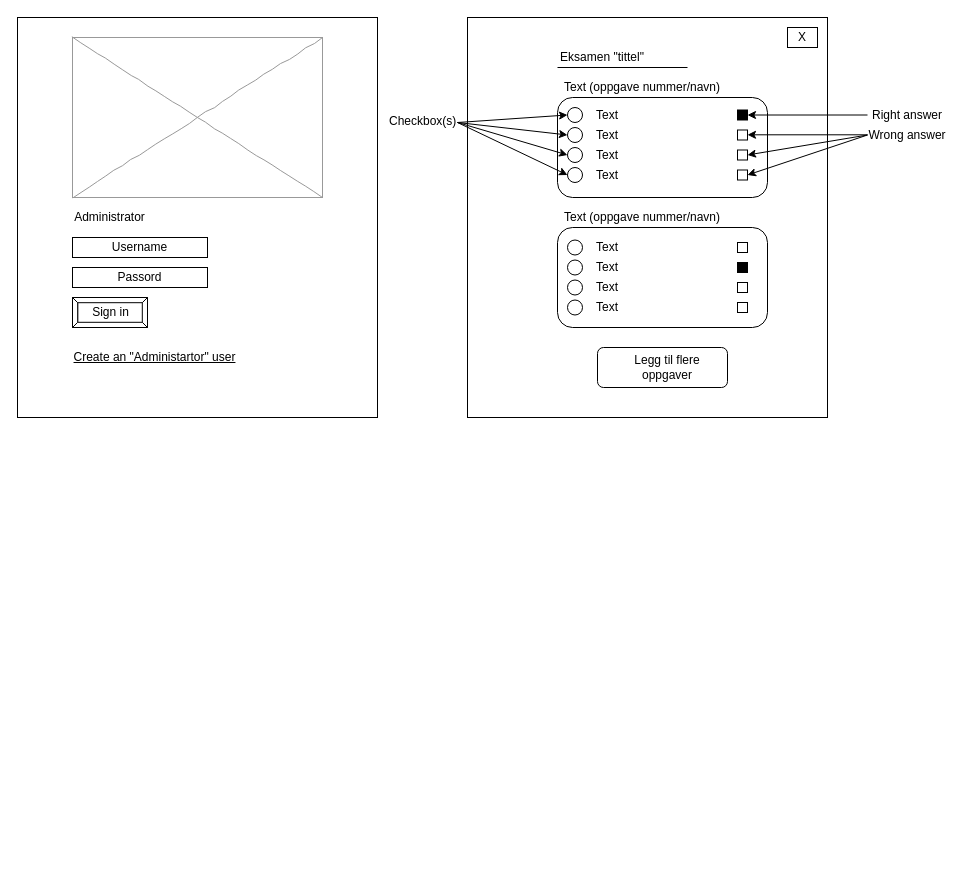
The draw.io diagram Oppgave_1/Oppgave_3.drawio in Hawski/Webapplikasjoner, before the edit. Source tidied: cells renumbered, new cells numbered last; positions are measured from the earlier drawing's top-left corner, leaving out a move shared by most shapes. Both pictures are drawn from the tidied source at 100%, with x=0, y=0 at pixel (17, 17).
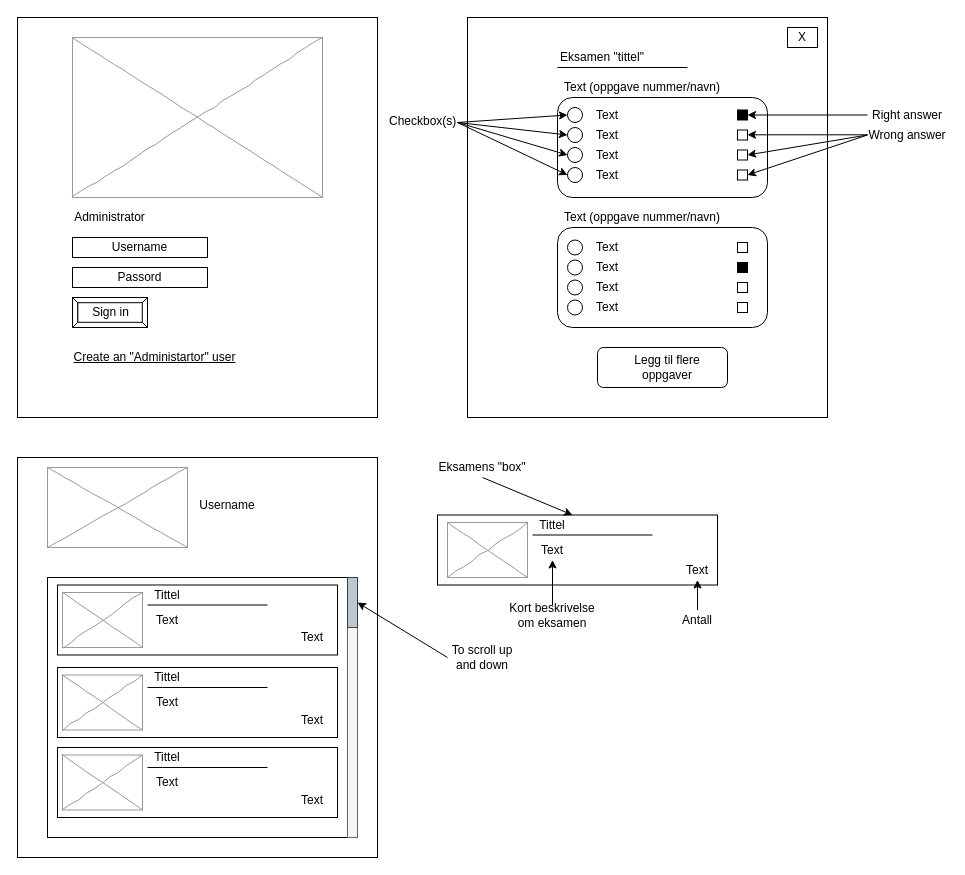
After the change.

Change to the diagram source:
```diff
@@
+    <mxCell id="54" style="rounded=0;whiteSpace=wrap;html=1;" parent="1" vertex="1">
+      <mxGeometry y="440" width="360" height="400" as="geometry" />
+    </mxCell>
+    <mxCell id="55" style="rounded=0;whiteSpace=wrap;html=1;fillColor=#FFFFFF;" parent="1" vertex="1">
+      <mxGeometry x="30" y="560" width="300" height="260" as="geometry" />
+    </mxCell>
+    <mxCell id="56" style="rounded=0;whiteSpace=wrap;html=1;fillColor=#FFFFFF;" parent="1" vertex="1">
+      <mxGeometry x="420" y="497.5" width="280" height="70" as="geometry" />
+    </mxCell>
+    <mxCell id="57" style="verticalLabelPosition=bottom;shadow=0;dashed=0;align=center;html=1;verticalAlign=top;strokeWidth=1;shape=mxgraph.mockup.graphics.simpleIcon;strokeColor=#999999;rounded=0;labelBackgroundColor=none;fontFamily=Verdana;fontSize=14;fontColor=#000000;comic=1;" parent="1" vertex="1">
+      <mxGeometry x="430" y="505" width="80" height="55" as="geometry" />
+    </mxCell>
+    <mxCell id="58" value="Tittel" style="text;html=1;strokeColor=none;fillColor=none;align=center;verticalAlign=middle;whiteSpace=wrap;rounded=0;" parent="1" vertex="1">
+      <mxGeometry x="515" y="497.5" width="40" height="20" as="geometry" />
+    </mxCell>
+    <mxCell id="59" style="endArrow=none;html=1;" parent="1" edge="1">
+      <mxGeometry relative="1" as="geometry">
+        <mxPoint x="515" y="517.5" as="sourcePoint" />
+        <mxPoint x="635" y="517.5" as="targetPoint" />
+      </mxGeometry>
+    </mxCell>
+    <mxCell id="60" value="Text" style="text;html=1;strokeColor=none;fillColor=none;align=center;verticalAlign=middle;whiteSpace=wrap;rounded=0;" parent="1" vertex="1">
+      <mxGeometry x="515" y="522.5" width="40" height="20" as="geometry" />
+    </mxCell>
+    <mxCell id="61" value="Text" style="text;html=1;strokeColor=none;fillColor=none;align=center;verticalAlign=middle;whiteSpace=wrap;rounded=0;" parent="1" vertex="1">
+      <mxGeometry x="660" y="542.5" width="40" height="20" as="geometry" />
+    </mxCell>
+    <mxCell id="62" style="rounded=0;whiteSpace=wrap;html=1;fillColor=#FFFFFF;" parent="1" vertex="1">
+      <mxGeometry x="40" y="567.5" width="280" height="70" as="geometry" />
+    </mxCell>
+    <mxCell id="63" style="verticalLabelPosition=bottom;shadow=0;dashed=0;align=center;html=1;verticalAlign=top;strokeWidth=1;shape=mxgraph.mockup.graphics.simpleIcon;strokeColor=#999999;rounded=0;labelBackgroundColor=none;fontFamily=Verdana;fontSize=14;fontColor=#000000;comic=1;" parent="1" vertex="1">
+      <mxGeometry x="45" y="575" width="80" height="55" as="geometry" />
+    </mxCell>
+    <mxCell id="64" value="Tittel" style="text;html=1;strokeColor=none;fillColor=none;align=center;verticalAlign=middle;whiteSpace=wrap;rounded=0;" parent="1" vertex="1">
+      <mxGeometry x="130" y="567.5" width="40" height="20" as="geometry" />
+    </mxCell>
+    <mxCell id="65" style="endArrow=none;html=1;" parent="1" edge="1">
+      <mxGeometry relative="1" as="geometry">
+        <mxPoint x="130" y="587.5" as="sourcePoint" />
+        <mxPoint x="250" y="587.5" as="targetPoint" />
+      </mxGeometry>
+    </mxCell>
+    <mxCell id="66" value="Text" style="text;html=1;strokeColor=none;fillColor=none;align=center;verticalAlign=middle;whiteSpace=wrap;rounded=0;" parent="1" vertex="1">
+      <mxGeometry x="130" y="592.5" width="40" height="20" as="geometry" />
+    </mxCell>
+    <mxCell id="67" value="Text" style="text;html=1;strokeColor=none;fillColor=none;align=center;verticalAlign=middle;whiteSpace=wrap;rounded=0;" parent="1" vertex="1">
+      <mxGeometry x="275" y="610" width="40" height="20" as="geometry" />
+    </mxCell>
+    <mxCell id="68" style="rounded=0;whiteSpace=wrap;html=1;fillColor=#FFFFFF;" parent="1" vertex="1">
+      <mxGeometry x="40" y="650" width="280" height="70" as="geometry" />
+    </mxCell>
+    <mxCell id="69" style="verticalLabelPosition=bottom;shadow=0;dashed=0;align=center;html=1;verticalAlign=top;strokeWidth=1;shape=mxgraph.mockup.graphics.simpleIcon;strokeColor=#999999;rounded=0;labelBackgroundColor=none;fontFamily=Verdana;fontSize=14;fontColor=#000000;comic=1;" parent="1" vertex="1">
+      <mxGeometry x="45" y="657.5" width="80" height="55" as="geometry" />
+    </mxCell>
+    <mxCell id="70" value="Tittel" style="text;html=1;strokeColor=none;fillColor=none;align=center;verticalAlign=middle;whiteSpace=wrap;rounded=0;" parent="1" vertex="1">
+      <mxGeometry x="130" y="650" width="40" height="20" as="geometry" />
+    </mxCell>
+    <mxCell id="71" style="endArrow=none;html=1;" parent="1" edge="1">
+      <mxGeometry relative="1" as="geometry">
+        <mxPoint x="130" y="670" as="sourcePoint" />
+        <mxPoint x="250" y="670" as="targetPoint" />
+      </mxGeometry>
+    </mxCell>
+    <mxCell id="72" value="Text" style="text;html=1;strokeColor=none;fillColor=none;align=center;verticalAlign=middle;whiteSpace=wrap;rounded=0;" parent="1" vertex="1">
+      <mxGeometry x="130" y="675" width="40" height="20" as="geometry" />
+    </mxCell>
+    <mxCell id="73" value="Text" style="text;html=1;strokeColor=none;fillColor=none;align=center;verticalAlign=middle;whiteSpace=wrap;rounded=0;" parent="1" vertex="1">
+      <mxGeometry x="275" y="692.5" width="40" height="20" as="geometry" />
+    </mxCell>
+    <mxCell id="74" style="rounded=0;whiteSpace=wrap;html=1;fillColor=#FFFFFF;" parent="1" vertex="1">
+      <mxGeometry x="40" y="730" width="280" height="70" as="geometry" />
+    </mxCell>
+    <mxCell id="75" style="verticalLabelPosition=bottom;shadow=0;dashed=0;align=center;html=1;verticalAlign=top;strokeWidth=1;shape=mxgraph.mockup.graphics.simpleIcon;strokeColor=#999999;rounded=0;labelBackgroundColor=none;fontFamily=Verdana;fontSize=14;fontColor=#000000;comic=1;" parent="1" vertex="1">
+      <mxGeometry x="45" y="737.5" width="80" height="55" as="geometry" />
+    </mxCell>
+    <mxCell id="76" value="Tittel" style="text;html=1;strokeColor=none;fillColor=none;align=center;verticalAlign=middle;whiteSpace=wrap;rounded=0;" parent="1" vertex="1">
+      <mxGeometry x="130" y="730" width="40" height="20" as="geometry" />
+    </mxCell>
+    <mxCell id="77" style="endArrow=none;html=1;" parent="1" edge="1">
+      <mxGeometry relative="1" as="geometry">
+        <mxPoint x="130" y="750" as="sourcePoint" />
+        <mxPoint x="250" y="750" as="targetPoint" />
+      </mxGeometry>
+    </mxCell>
+    <mxCell id="78" value="Text" style="text;html=1;strokeColor=none;fillColor=none;align=center;verticalAlign=middle;whiteSpace=wrap;rounded=0;" parent="1" vertex="1">
+      <mxGeometry x="130" y="755" width="40" height="20" as="geometry" />
+    </mxCell>
+    <mxCell id="79" value="Text" style="text;html=1;strokeColor=none;fillColor=none;align=center;verticalAlign=middle;whiteSpace=wrap;rounded=0;" parent="1" vertex="1">
+      <mxGeometry x="275" y="772.5" width="40" height="20" as="geometry" />
+    </mxCell>
+    <mxCell id="80" value="Eksamens &quot;box&quot;" style="text;html=1;strokeColor=none;fillColor=none;align=center;verticalAlign=middle;whiteSpace=wrap;rounded=0;" parent="1" vertex="1">
+      <mxGeometry x="420" y="440" width="90" height="20" as="geometry" />
+    </mxCell>
+    <mxCell id="81" style="rounded=0;whiteSpace=wrap;html=1;fillColor=#f5f5f5;strokeColor=#666666;fontColor=#333333;" parent="1" vertex="1">
+      <mxGeometry x="330" y="560" width="10" height="260" as="geometry" />
+    </mxCell>
+    <mxCell id="82" style="rounded=0;whiteSpace=wrap;html=1;fillColor=#bac8d3;strokeColor=#23445d;" parent="1" vertex="1">
+      <mxGeometry x="330" y="560" width="10" height="50" as="geometry" />
+    </mxCell>
+    <mxCell id="83" style="endArrow=classic;html=1;entryX=1;entryY=0.5;entryDx=0;entryDy=0;exitX=0;exitY=0.5;exitDx=0;exitDy=0;" parent="1" edge="1" source="84" target="82">
+      <mxGeometry relative="1" as="geometry" />
+    </mxCell>
+    <mxCell id="84" value="To scroll up and down" style="text;html=1;strokeColor=none;fillColor=none;align=center;verticalAlign=middle;whiteSpace=wrap;rounded=0;" parent="1" vertex="1">
+      <mxGeometry x="430" y="630" width="70" height="20" as="geometry" />
+    </mxCell>
+    <mxCell id="85" style="endArrow=classic;html=1;exitX=0.5;exitY=1;exitDx=0;exitDy=0;entryX=1;entryY=0;entryDx=0;entryDy=0;" parent="1" edge="1" source="80" target="58">
+      <mxGeometry relative="1" as="geometry" />
+    </mxCell>
+    <mxCell id="86" style="endArrow=classic;html=1;entryX=0.5;entryY=1;entryDx=0;entryDy=0;exitX=0.5;exitY=0;exitDx=0;exitDy=0;" parent="1" edge="1" source="87" target="60">
+      <mxGeometry relative="1" as="geometry" />
+    </mxCell>
+    <mxCell id="87" value="Kort beskrivelse om eksamen" style="text;html=1;strokeColor=none;fillColor=none;align=center;verticalAlign=middle;whiteSpace=wrap;rounded=0;" parent="1" vertex="1">
+      <mxGeometry x="490" y="587.5" width="90" height="20" as="geometry" />
+    </mxCell>
+    <mxCell id="88" style="endArrow=classic;html=1;exitX=0.5;exitY=0;exitDx=0;exitDy=0;entryX=0.5;entryY=1;entryDx=0;entryDy=0;" parent="1" edge="1" source="89" target="61">
+      <mxGeometry relative="1" as="geometry" />
+    </mxCell>
+    <mxCell id="89" value="Antall" style="text;html=1;strokeColor=none;fillColor=none;align=center;verticalAlign=middle;whiteSpace=wrap;rounded=0;" parent="1" vertex="1">
+      <mxGeometry x="660" y="592.5" width="40" height="20" as="geometry" />
+    </mxCell>
+    <mxCell id="90" style="verticalLabelPosition=bottom;shadow=0;dashed=0;align=center;html=1;verticalAlign=top;strokeWidth=1;shape=mxgraph.mockup.graphics.simpleIcon;strokeColor=#999999;rounded=0;labelBackgroundColor=none;fontFamily=Verdana;fontSize=14;fontColor=#000000;comic=1;" parent="1" vertex="1">
+      <mxGeometry x="30" y="450" width="140" height="80" as="geometry" />
+    </mxCell>
+    <mxCell id="91" value="Username" style="text;html=1;strokeColor=none;fillColor=none;align=center;verticalAlign=middle;whiteSpace=wrap;rounded=0;" parent="1" vertex="1">
+      <mxGeometry x="190" y="477.5" width="40" height="20" as="geometry" />
+    </mxCell>
```
